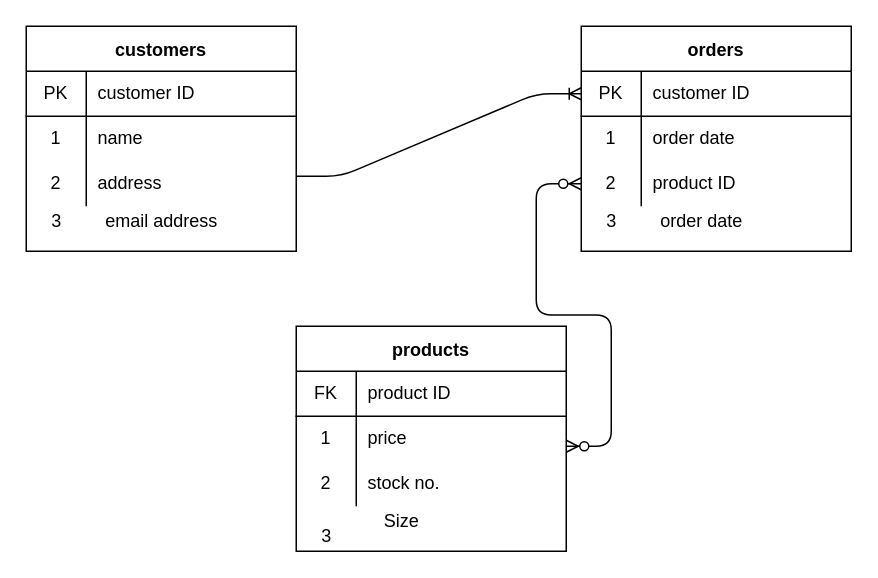
Before: Untitled Diagram.drawio in mary-sogba/databases, a draw.io diagram. Source tidied: cells renumbered, new cells numbered last; positions are measured from the earlier drawing's top-left corner, leaving out a move shared by most shapes. Both pictures are drawn from the tidied source at 150%, with x=0, y=0 at pixel (26, 26).
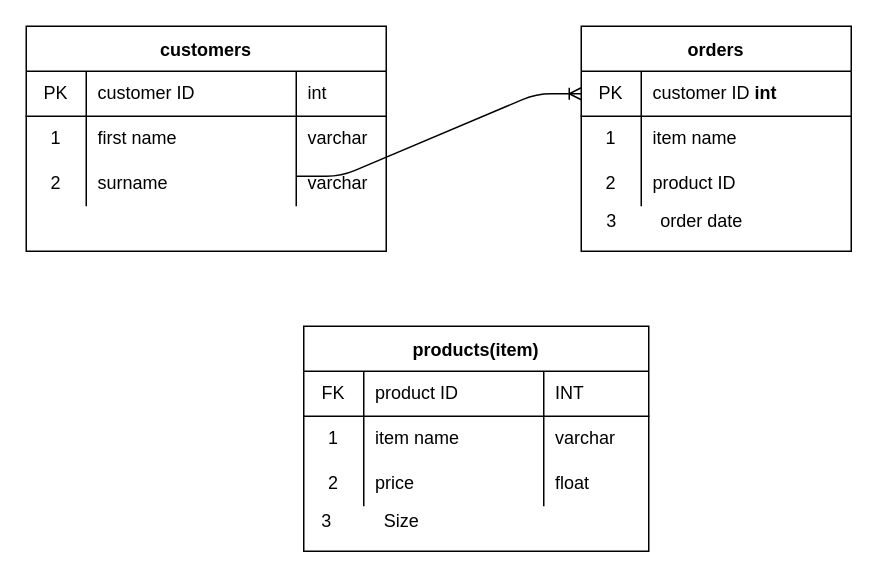
The same diagram, later.

Unchanged cells that the change refers to:
```xml
<mxCell id="13" style="shape=partialRectangle;html=1;whiteSpace=wrap;fillColor=none;top=0;left=0;bottom=1;right=0;points=[[0,0.5],[1,0.5]];portConstraint=eastwest;" parent="12" vertex="1">
  <mxGeometry y="30" width="180" height="30" as="geometry" />
</mxCell>
<mxCell id="16" style="shape=partialRectangle;html=1;whiteSpace=wrap;fillColor=none;top=0;left=0;bottom=0;right=0;" parent="12" vertex="1">
  <mxGeometry y="60" width="180" height="30" as="geometry" />
</mxCell>
<mxCell id="19" style="shape=partialRectangle;html=1;whiteSpace=wrap;fillColor=none;top=0;left=0;bottom=0;right=0;points=[[0,0.5],[1,0.5]];portConstraint=eastwest;" parent="12" vertex="1">
  <mxGeometry y="90" width="180" height="30" as="geometry" />
</mxCell>
```

The edit, as a diff of the source:
```diff
@@
     <mxCell id="2" value="customers" style="shape=table;startSize=30;childLayout=tableLayout;rowLines=0;fontStyle=1;align=center;" parent="1" vertex="1">
-      <mxGeometry width="180" height="150" as="geometry" />
+      <mxGeometry width="240" height="150" as="geometry" />
     </mxCell>
     <mxCell id="3" style="shape=partialRectangle;html=1;whiteSpace=wrap;fillColor=none;top=0;left=0;bottom=1;right=0;" parent="2" vertex="1">
-      <mxGeometry y="30" width="180" height="30" as="geometry" />
+      <mxGeometry y="30" width="240" height="30" as="geometry" />
     </mxCell>
@@
+    <mxCell id="40" value="int" style="shape=partialRectangle;html=1;whiteSpace=wrap;fillColor=none;top=0;left=0;bottom=0;right=0;align=left;spacingLeft=6;overflow=hidden;" parent="3" vertex="1">
+      <mxGeometry x="180" width="60" height="30" as="geometry" />
+    </mxCell>
     <mxCell id="6" style="shape=partialRectangle;html=1;whiteSpace=wrap;fillColor=none;top=0;left=0;bottom=0;right=0;" parent="2" vertex="1">
-      <mxGeometry y="60" width="180" height="30" as="geometry" />
+      <mxGeometry y="60" width="240" height="30" as="geometry" />
     </mxCell>
@@
-    <mxCell id="8" value="name" style="shape=partialRectangle;html=1;whiteSpace=wrap;fillColor=none;top=0;left=0;bottom=0;right=0;align=left;spacingLeft=6;overflow=hidden;" parent="6" vertex="1">
+    <mxCell id="8" value="first name&amp;nbsp;&lt;b&gt;&amp;nbsp;&lt;/b&gt;" style="shape=partialRectangle;html=1;whiteSpace=wrap;fillColor=none;top=0;left=0;bottom=0;right=0;align=left;spacingLeft=6;overflow=hidden;" parent="6" vertex="1">
       <mxGeometry x="40" width="140" height="30" as="geometry" />
     </mxCell>
+    <mxCell id="41" value="varchar" style="shape=partialRectangle;html=1;whiteSpace=wrap;fillColor=none;top=0;left=0;bottom=0;right=0;align=left;spacingLeft=6;overflow=hidden;" parent="6" vertex="1">
+      <mxGeometry x="180" width="60" height="30" as="geometry" />
+    </mxCell>
     <mxCell id="9" style="shape=partialRectangle;html=1;whiteSpace=wrap;fillColor=none;top=0;left=0;bottom=0;right=0;" parent="2" vertex="1">
-      <mxGeometry y="90" width="180" height="30" as="geometry" />
+      <mxGeometry y="90" width="240" height="30" as="geometry" />
     </mxCell>
@@
-    <mxCell id="11" value="address" style="shape=partialRectangle;html=1;whiteSpace=wrap;fillColor=none;top=0;left=0;bottom=0;right=0;align=left;spacingLeft=6;overflow=hidden;" parent="9" vertex="1">
+    <mxCell id="11" value="surname" style="shape=partialRectangle;html=1;whiteSpace=wrap;fillColor=none;top=0;left=0;bottom=0;right=0;align=left;spacingLeft=6;overflow=hidden;" parent="9" vertex="1">
       <mxGeometry x="40" width="140" height="30" as="geometry" />
     </mxCell>
+    <mxCell id="42" value="varchar" style="shape=partialRectangle;html=1;whiteSpace=wrap;fillColor=none;top=0;left=0;bottom=0;right=0;align=left;spacingLeft=6;overflow=hidden;" parent="9" vertex="1">
+      <mxGeometry x="180" width="60" height="30" as="geometry" />
+    </mxCell>
@@
-    <mxCell id="15" value="customer ID" style="shape=partialRectangle;html=1;whiteSpace=wrap;fillColor=none;top=0;left=0;bottom=0;right=0;align=left;spacingLeft=6;overflow=hidden;" parent="13" vertex="1">
+    <mxCell id="15" value="customer ID &lt;b&gt;int&lt;/b&gt;" style="shape=partialRectangle;html=1;whiteSpace=wrap;fillColor=none;top=0;left=0;bottom=0;right=0;align=left;spacingLeft=6;overflow=hidden;" parent="13" vertex="1">
       <mxGeometry x="40" width="140" height="30" as="geometry" />
     </mxCell>
@@
-    <mxCell id="18" value="order date" style="shape=partialRectangle;html=1;whiteSpace=wrap;fillColor=none;top=0;left=0;bottom=0;right=0;align=left;spacingLeft=6;overflow=hidden;" parent="16" vertex="1">
+    <mxCell id="18" value="item name" style="shape=partialRectangle;html=1;whiteSpace=wrap;fillColor=none;top=0;left=0;bottom=0;right=0;align=left;spacingLeft=6;overflow=hidden;" parent="16" vertex="1">
       <mxGeometry x="40" width="140" height="30" as="geometry" />
     </mxCell>
@@
-    <mxCell id="22" value="products" style="shape=table;startSize=30;childLayout=tableLayout;rowLines=0;fontStyle=1;align=center;" parent="1" vertex="1">
-      <mxGeometry x="180" y="200" width="180" height="150" as="geometry" />
+    <mxCell id="22" value="products(item)" style="shape=table;startSize=30;childLayout=tableLayout;rowLines=0;fontStyle=1;align=center;" parent="1" vertex="1">
+      <mxGeometry x="185" y="200" width="230" height="150" as="geometry" />
     </mxCell>
     <mxCell id="23" style="shape=partialRectangle;html=1;whiteSpace=wrap;fillColor=none;top=0;left=0;bottom=1;right=0;" parent="22" vertex="1">
-      <mxGeometry y="30" width="180" height="30" as="geometry" />
+      <mxGeometry y="30" width="230" height="30" as="geometry" />
     </mxCell>
@@
     <mxCell id="25" value="product ID" style="shape=partialRectangle;html=1;whiteSpace=wrap;fillColor=none;top=0;left=0;bottom=0;right=0;align=left;spacingLeft=6;overflow=hidden;" parent="23" vertex="1">
-      <mxGeometry x="40" width="140" height="30" as="geometry" />
+      <mxGeometry x="40" width="120" height="30" as="geometry" />
     </mxCell>
+    <mxCell id="43" value="INT" style="shape=partialRectangle;html=1;whiteSpace=wrap;fillColor=none;top=0;left=0;bottom=0;right=0;align=left;spacingLeft=6;overflow=hidden;" parent="23" vertex="1">
+      <mxGeometry x="160" width="70" height="30" as="geometry" />
+    </mxCell>
     <mxCell id="26" style="shape=partialRectangle;html=1;whiteSpace=wrap;fillColor=none;top=0;left=0;bottom=0;right=0;" parent="22" vertex="1">
-      <mxGeometry y="60" width="180" height="30" as="geometry" />
+      <mxGeometry y="60" width="230" height="30" as="geometry" />
     </mxCell>
@@
-    <mxCell id="28" value="price" style="shape=partialRectangle;html=1;whiteSpace=wrap;fillColor=none;top=0;left=0;bottom=0;right=0;align=left;spacingLeft=6;overflow=hidden;" parent="26" vertex="1">
-      <mxGeometry x="40" width="140" height="30" as="geometry" />
+    <mxCell id="28" value="item name" style="shape=partialRectangle;html=1;whiteSpace=wrap;fillColor=none;top=0;left=0;bottom=0;right=0;align=left;spacingLeft=6;overflow=hidden;" parent="26" vertex="1">
+      <mxGeometry x="40" width="120" height="30" as="geometry" />
     </mxCell>
+    <mxCell id="44" value="varchar" style="shape=partialRectangle;html=1;whiteSpace=wrap;fillColor=none;top=0;left=0;bottom=0;right=0;align=left;spacingLeft=6;overflow=hidden;" parent="26" vertex="1">
+      <mxGeometry x="160" width="70" height="30" as="geometry" />
+    </mxCell>
     <mxCell id="29" style="shape=partialRectangle;html=1;whiteSpace=wrap;fillColor=none;top=0;left=0;bottom=0;right=0;" parent="22" vertex="1">
-      <mxGeometry y="90" width="180" height="30" as="geometry" />
+      <mxGeometry y="90" width="230" height="30" as="geometry" />
     </mxCell>
@@
-    <mxCell id="31" value="stock no." style="shape=partialRectangle;html=1;whiteSpace=wrap;fillColor=none;top=0;left=0;bottom=0;right=0;align=left;spacingLeft=6;overflow=hidden;" parent="29" vertex="1">
-      <mxGeometry x="40" width="140" height="30" as="geometry" />
+    <mxCell id="31" value="price" style="shape=partialRectangle;html=1;whiteSpace=wrap;fillColor=none;top=0;left=0;bottom=0;right=0;align=left;spacingLeft=6;overflow=hidden;" parent="29" vertex="1">
+      <mxGeometry x="40" width="120" height="30" as="geometry" />
     </mxCell>
+    <mxCell id="45" value="float" style="shape=partialRectangle;html=1;whiteSpace=wrap;fillColor=none;top=0;left=0;bottom=0;right=0;align=left;spacingLeft=6;overflow=hidden;" parent="29" vertex="1">
+      <mxGeometry x="160" width="70" height="30" as="geometry" />
+    </mxCell>
@@
-    <mxCell id="33" style="edgeStyle=entityRelationEdgeStyle;fontSize=12;html=1;endArrow=ERzeroToMany;endFill=1;startArrow=ERzeroToMany;entryX=0;entryY=0.5;entryDx=0;entryDy=0;" parent="1" edge="1" target="19">
-      <mxGeometry relative="1" as="geometry">
-        <mxPoint x="360" y="280" as="sourcePoint" />
-      </mxGeometry>
-    </mxCell>
-    <mxCell id="34" value="3" style="text;html=1;align=center;verticalAlign=middle;strokeColor=none;" parent="1" vertex="1">
-      <mxGeometry x="10" y="120" width="20" height="20" as="geometry" />
-    </mxCell>
-    <mxCell id="35" value="email address" style="text;html=1;align=center;verticalAlign=middle;strokeColor=none;" parent="1" vertex="1">
-      <mxGeometry x="45" y="120" width="90" height="20" as="geometry" />
-    </mxCell>
@@
     <mxCell id="38" value="3" style="text;html=1;align=center;verticalAlign=middle;strokeColor=none;" parent="1" vertex="1">
-      <mxGeometry x="190" y="330" width="20" height="20" as="geometry" />
+      <mxGeometry x="190" y="320" width="20" height="20" as="geometry" />
     </mxCell>
```
